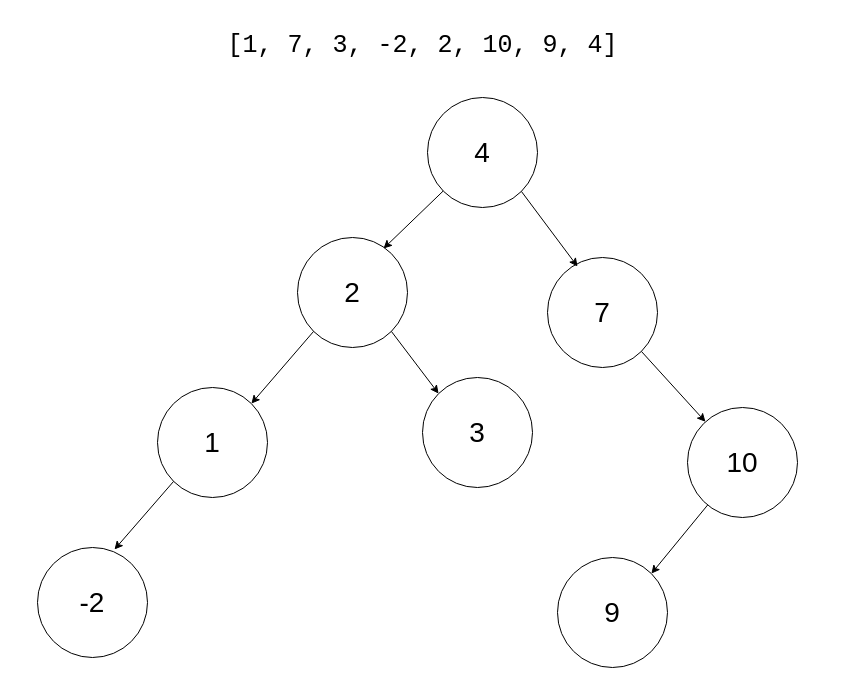
Above: Images/binarytree.drawio in BenDavies1218/BenjaminDavies_T2A1-A (draw.io), before the change. Source tidied: cells renumbered, new cells numbered last; positions are measured from the earlier drawing's top-left corner, leaving out a move shared by most shapes. Both pictures are drawn from the tidied source at 100%, with x=0, y=0 at pixel (37, 17).
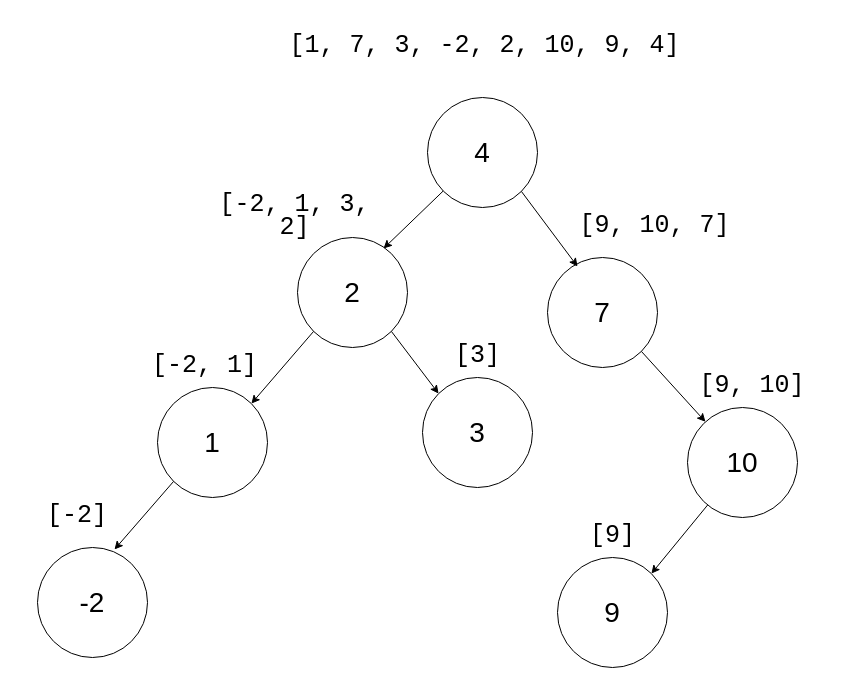
After the change.

The edit, as a diff of the source:
```diff
@@
     <mxCell id="9" value="&lt;div style=&quot;font-family: Consolas, &amp;quot;Courier New&amp;quot;, monospace; line-height: 19px;&quot;&gt;&lt;span style=&quot;background-color: rgb(255, 255, 255);&quot;&gt;&lt;font style=&quot;font-size: 25px;&quot;&gt;[1, 7, 3, -2, 2, 10, 9, 4]&lt;/font&gt;&lt;/span&gt;&lt;/div&gt;" style="rounded=0;whiteSpace=wrap;html=1;strokeColor=none;fillColor=none;" parent="1" vertex="1">
-      <mxGeometry x="183" width="405" height="60" as="geometry" />
+      <mxGeometry x="245" width="405" height="60" as="geometry" />
     </mxCell>
@@
+    <mxCell id="18" value="&lt;div style=&quot;font-family: Consolas, &amp;quot;Courier New&amp;quot;, monospace; line-height: 19px;&quot;&gt;&lt;span style=&quot;background-color: rgb(255, 255, 255);&quot;&gt;&lt;font style=&quot;font-size: 25px;&quot;&gt;[9, 10, 7]&lt;/font&gt;&lt;/span&gt;&lt;/div&gt;" style="rounded=0;whiteSpace=wrap;html=1;strokeColor=none;fillColor=none;" parent="1" vertex="1">
+      <mxGeometry x="520" y="180" width="195" height="60" as="geometry" />
+    </mxCell>
+    <mxCell id="19" value="&lt;div style=&quot;font-family: Consolas, &amp;quot;Courier New&amp;quot;, monospace; line-height: 19px;&quot;&gt;&lt;span style=&quot;background-color: rgb(255, 255, 255);&quot;&gt;&lt;font style=&quot;font-size: 25px;&quot;&gt;[9, 10]&lt;/font&gt;&lt;/span&gt;&lt;/div&gt;" style="rounded=0;whiteSpace=wrap;html=1;strokeColor=none;fillColor=none;" parent="1" vertex="1">
+      <mxGeometry x="620" y="340" width="190" height="60" as="geometry" />
+    </mxCell>
+    <mxCell id="20" value="&lt;div style=&quot;font-family: Consolas, &amp;quot;Courier New&amp;quot;, monospace; line-height: 19px;&quot;&gt;&lt;span style=&quot;background-color: rgb(255, 255, 255);&quot;&gt;&lt;font style=&quot;font-size: 25px;&quot;&gt;[-2, 1]&lt;/font&gt;&lt;/span&gt;&lt;/div&gt;" style="rounded=0;whiteSpace=wrap;html=1;strokeColor=none;fillColor=none;" parent="1" vertex="1">
+      <mxGeometry x="70" y="320" width="195" height="60" as="geometry" />
+    </mxCell>
+    <mxCell id="21" value="&lt;div style=&quot;font-family: Consolas, &amp;quot;Courier New&amp;quot;, monospace; line-height: 19px;&quot;&gt;&lt;span style=&quot;background-color: rgb(255, 255, 255);&quot;&gt;&lt;font style=&quot;font-size: 25px;&quot;&gt;[-2, 1, 3, 2]&lt;/font&gt;&lt;/span&gt;&lt;/div&gt;" style="rounded=0;whiteSpace=wrap;html=1;strokeColor=none;fillColor=none;" parent="1" vertex="1">
+      <mxGeometry x="160" y="170" width="195" height="60" as="geometry" />
+    </mxCell>
+    <mxCell id="22" value="&lt;div style=&quot;font-family: Consolas, &amp;quot;Courier New&amp;quot;, monospace; line-height: 19px;&quot;&gt;&lt;span style=&quot;background-color: rgb(255, 255, 255);&quot;&gt;&lt;font style=&quot;font-size: 25px;&quot;&gt;[3]&lt;/font&gt;&lt;/span&gt;&lt;/div&gt;" style="rounded=0;whiteSpace=wrap;html=1;strokeColor=none;fillColor=none;" parent="1" vertex="1">
+      <mxGeometry x="342.5" y="310" width="195" height="60" as="geometry" />
+    </mxCell>
+    <mxCell id="23" value="&lt;div style=&quot;font-family: Consolas, &amp;quot;Courier New&amp;quot;, monospace; line-height: 19px;&quot;&gt;&lt;span style=&quot;background-color: rgb(255, 255, 255);&quot;&gt;&lt;font style=&quot;font-size: 25px;&quot;&gt;[9]&lt;/font&gt;&lt;/span&gt;&lt;/div&gt;" style="rounded=0;whiteSpace=wrap;html=1;strokeColor=none;fillColor=none;" parent="1" vertex="1">
+      <mxGeometry x="477.5" y="490" width="195" height="60" as="geometry" />
+    </mxCell>
+    <mxCell id="24" value="&lt;div style=&quot;font-family: Consolas, &amp;quot;Courier New&amp;quot;, monospace; line-height: 19px;&quot;&gt;&lt;span style=&quot;background-color: rgb(255, 255, 255);&quot;&gt;&lt;font style=&quot;font-size: 25px;&quot;&gt;[-2]&lt;/font&gt;&lt;/span&gt;&lt;/div&gt;" style="rounded=0;whiteSpace=wrap;html=1;strokeColor=none;fillColor=none;" parent="1" vertex="1">
+      <mxGeometry x="-20" y="470" width="120" height="60" as="geometry" />
+    </mxCell>
```
